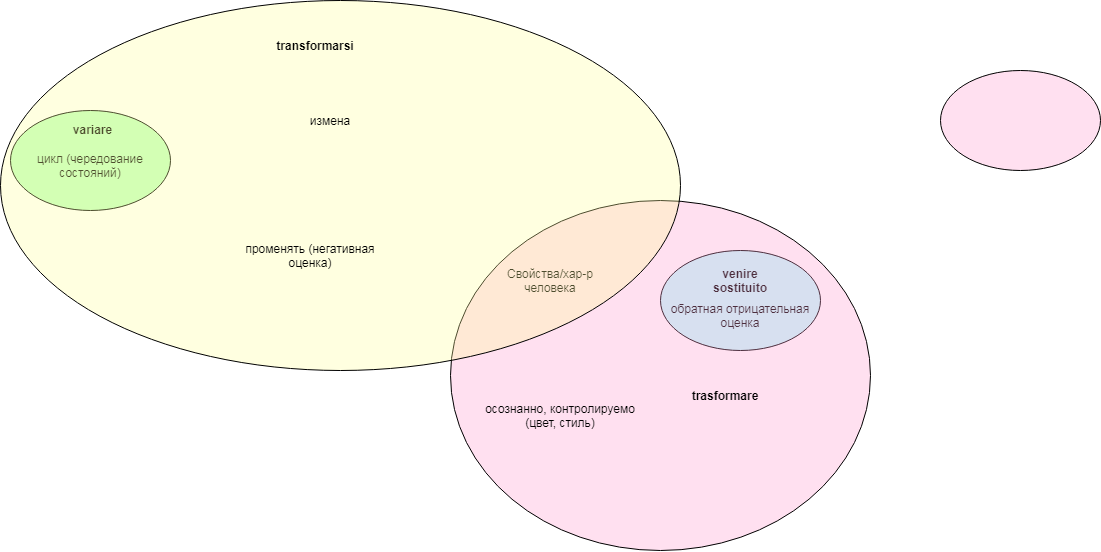
JanaKoko/try keeps this draw.io diagram as обмен.png. Above is the earlier version. Source tidied: cells renumbered, new cells last; positions are measured from the earlier drawing's top-left corner, leaving out a move shared by most shapes.
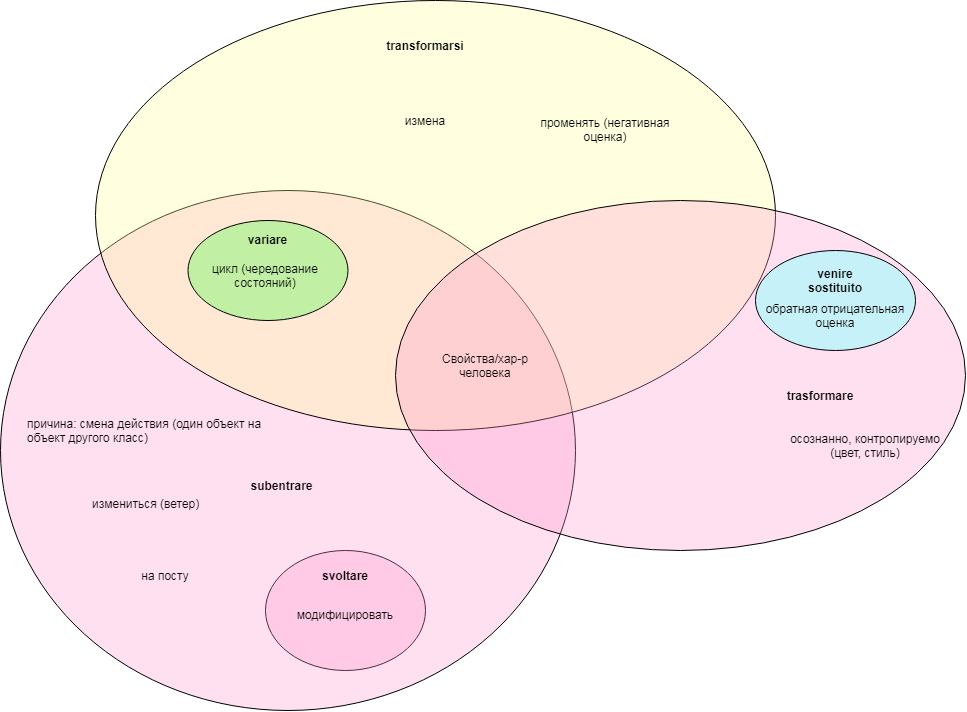
Later version of the same file.

The edit, as a diff of the source:
```diff
@@ -2,6 +2,18 @@
   <root>
     <mxCell id="0" />
     <mxCell id="1" parent="0" />
+    <mxCell id="6" style="ellipse;whiteSpace=wrap;html=1;fillOpacity=30;fillColor=#FF99CC;" parent="1" vertex="1">
+      <mxGeometry x="170" y="550" width="160" height="120" as="geometry" />
+    </mxCell>
+    <mxCell id="17" style="ellipse;whiteSpace=wrap;html=1;fillOpacity=30;fillColor=#FF99CC;" parent="1" vertex="1">
+      <mxGeometry x="-95" y="190" width="575" height="520" as="geometry" />
+    </mxCell>
+    <mxCell id="13" style="ellipse;whiteSpace=wrap;html=1;fillOpacity=30;fillColor=#FFFF99;strokeOpacity=100;" parent="1" vertex="1">
+      <mxGeometry width="680" height="430" as="geometry" />
+    </mxCell>
+    <mxCell id="9" style="ellipse;whiteSpace=wrap;html=1;fillOpacity=30;fillColor=#FF99CC;" parent="1" vertex="1">
+      <mxGeometry x="300" y="200" width="570" height="350" as="geometry" />
+    </mxCell>
     <mxCell id="2" style="ellipse;whiteSpace=wrap;html=1;fillOpacity=56;fillColor=#99FFFF;" parent="1" vertex="1">
       <mxGeometry x="660" y="250" width="160" height="100" as="geometry" />
     </mxCell>
@@ -11,41 +23,50 @@
     <mxCell id="4" value="обратная отрицательная оценка" style="text;html=1;strokeColor=none;fillColor=none;align=center;verticalAlign=middle;whiteSpace=wrap;rounded=0;" parent="1" vertex="1">
       <mxGeometry x="660" y="290" width="160" height="50" as="geometry" />
     </mxCell>
-    <mxCell id="5" style="ellipse;whiteSpace=wrap;html=1;fillOpacity=30;fillColor=#33FF33;" parent="1" vertex="1">
-      <mxGeometry x="10" y="110" width="160" height="100" as="geometry" />
-    </mxCell>
-    <mxCell id="6" style="ellipse;whiteSpace=wrap;html=1;fillOpacity=30;fillColor=#FF99CC;" parent="1" vertex="1">
-      <mxGeometry x="940" y="70" width="160" height="100" as="geometry" />
-    </mxCell>
-    <mxCell id="7" value="variare" style="text;html=1;strokeColor=none;fillColor=none;align=center;verticalAlign=middle;whiteSpace=wrap;rounded=0;fontStyle=1;" parent="1" vertex="1">
-      <mxGeometry x="60" y="120" width="65" height="18.6" as="geometry" />
-    </mxCell>
-    <mxCell id="8" value="цикл (чередование состояний)" style="text;html=1;strokeColor=none;fillColor=none;align=center;verticalAlign=middle;whiteSpace=wrap;rounded=0;" parent="1" vertex="1">
-      <mxGeometry x="10" y="140" width="160" height="50" as="geometry" />
-    </mxCell>
-    <mxCell id="9" style="ellipse;whiteSpace=wrap;html=1;fillOpacity=30;fillColor=#FF99CC;" parent="1" vertex="1">
-      <mxGeometry x="450" y="200" width="420" height="350" as="geometry" />
-    </mxCell>
     <mxCell id="10" value="trasformare" style="text;html=1;strokeColor=none;fillColor=none;align=center;verticalAlign=middle;whiteSpace=wrap;rounded=0;fontStyle=1;" parent="1" vertex="1">
       <mxGeometry x="690" y="370" width="70" height="50" as="geometry" />
     </mxCell>
     <mxCell id="11" value="осознанно, контролируемо (цвет, стиль)" style="text;html=1;strokeColor=none;fillColor=none;align=center;verticalAlign=middle;whiteSpace=wrap;rounded=0;" parent="1" vertex="1">
-      <mxGeometry x="480" y="390" width="160" height="50" as="geometry" />
+      <mxGeometry x="690" y="420" width="160" height="50" as="geometry" />
     </mxCell>
-    <mxCell id="12" value="Свойства/хар-р человека" style="text;html=1;strokeColor=none;fillColor=none;align=center;verticalAlign=middle;whiteSpace=wrap;rounded=0;" parent="1" vertex="1">
-      <mxGeometry x="490" y="255" width="120" height="50" as="geometry" />
-    </mxCell>
-    <mxCell id="13" style="ellipse;whiteSpace=wrap;html=1;fillOpacity=30;fillColor=#FFFF99;strokeOpacity=100;" parent="1" vertex="1">
-      <mxGeometry width="680" height="370" as="geometry" />
-    </mxCell>
     <mxCell id="14" value="transformarsi" style="text;html=1;strokeColor=none;fillColor=none;align=center;verticalAlign=middle;whiteSpace=wrap;rounded=0;fontStyle=1;" parent="1" vertex="1">
-      <mxGeometry x="250" y="20" width="130" height="50" as="geometry" />
+      <mxGeometry x="265" y="20" width="130" height="50" as="geometry" />
     </mxCell>
     <mxCell id="15" value="измена" style="text;html=1;strokeColor=none;fillColor=none;align=center;verticalAlign=middle;whiteSpace=wrap;rounded=0;" parent="1" vertex="1">
       <mxGeometry x="280" y="95" width="100" height="50" as="geometry" />
     </mxCell>
     <mxCell id="16" value="променять (негативная оценка)" style="text;html=1;strokeColor=none;fillColor=none;align=center;verticalAlign=middle;whiteSpace=wrap;rounded=0;" parent="1" vertex="1">
-      <mxGeometry x="230" y="230" width="160" height="50" as="geometry" />
+      <mxGeometry x="430" y="104.3" width="160" height="50" as="geometry" />
     </mxCell>
+    <mxCell id="12" value="Свойства/хар-р человека" style="text;html=1;strokeColor=none;fillColor=none;align=center;verticalAlign=middle;whiteSpace=wrap;rounded=0;" parent="1" vertex="1">
+      <mxGeometry x="330" y="340" width="120" height="50" as="geometry" />
+    </mxCell>
+    <mxCell id="5" style="ellipse;whiteSpace=wrap;html=1;fillOpacity=30;fillColor=#33FF33;" parent="1" vertex="1">
+      <mxGeometry x="92.5" y="220" width="160" height="100" as="geometry" />
+    </mxCell>
+    <mxCell id="8" value="цикл (чередование состояний)" style="text;html=1;strokeColor=none;fillColor=none;align=center;verticalAlign=middle;whiteSpace=wrap;rounded=0;" parent="1" vertex="1">
+      <mxGeometry x="90" y="250" width="160" height="50" as="geometry" />
+    </mxCell>
+    <mxCell id="7" value="variare" style="text;html=1;strokeColor=none;fillColor=none;align=center;verticalAlign=middle;whiteSpace=wrap;rounded=0;fontStyle=1;" parent="1" vertex="1">
+      <mxGeometry x="140" y="228.6" width="65" height="21.4" as="geometry" />
+    </mxCell>
+    <mxCell id="18" value="на посту" style="text;html=1;strokeColor=none;fillColor=none;align=center;verticalAlign=middle;whiteSpace=wrap;rounded=0;" parent="1" vertex="1">
+      <mxGeometry x="-10" y="550" width="160" height="50" as="geometry" />
+    </mxCell>
+    <mxCell id="19" value="subentrare" style="text;html=1;strokeColor=none;fillColor=none;align=center;verticalAlign=middle;whiteSpace=wrap;rounded=0;fontStyle=1;" parent="1" vertex="1">
+      <mxGeometry x="130" y="450" width="112.5" height="70" as="geometry" />
+    </mxCell>
+    <mxCell id="20" value="модифицировать" style="text;html=1;strokeColor=none;fillColor=none;align=center;verticalAlign=middle;whiteSpace=wrap;rounded=0;" parent="1" vertex="1">
+      <mxGeometry x="190" y="583" width="120" height="61.4" as="geometry" />
+    </mxCell>
+    <mxCell id="21" value="svoltare" style="text;html=1;strokeColor=none;fillColor=none;align=center;verticalAlign=middle;whiteSpace=wrap;rounded=0;fontStyle=1;" parent="1" vertex="1">
+      <mxGeometry x="220" y="550" width="60" height="50" as="geometry" />
+    </mxCell>
+    <mxCell id="22" value="причина: смена действия (один объект на объект другого класс)" style="text;whiteSpace=wrap;html=1;" parent="1" vertex="1">
+      <mxGeometry x="-70" y="410" width="260" height="60" as="geometry" />
+    </mxCell>
+    <mxCell id="23" value="измениться (ветер)" style="text;whiteSpace=wrap;html=1;" parent="1" vertex="1">
+      <mxGeometry x="-5" y="490" width="130" height="30" as="geometry" />
+    </mxCell>
   </root>
 </mxGraphModel>
```
